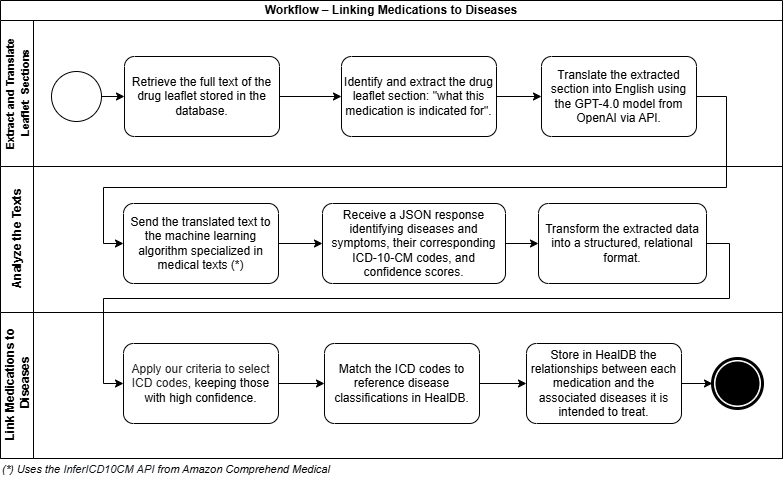
The draw.io diagram doc/Data Flow - Medication X Disease using ACM.png in marciaj-sp1/HealDB, before a commit. Source tidied: cells renumbered, new cells last; positions are measured from the earlier drawing's top-left corner, leaving out a move shared by most shapes.
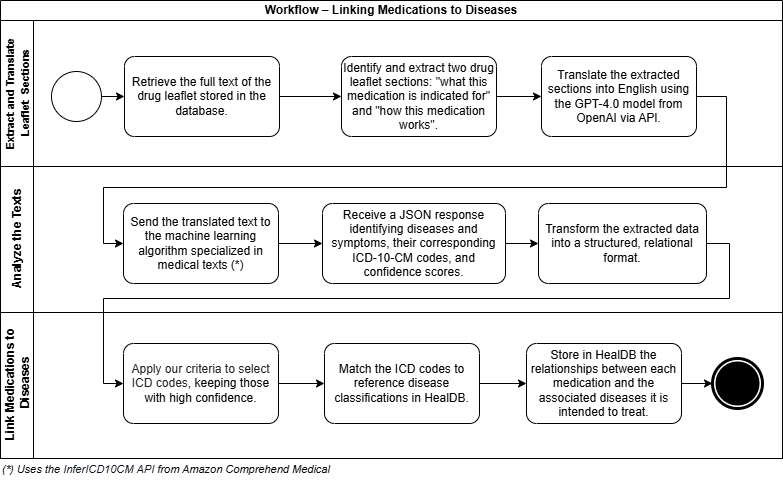
The same file after the commit.

Diff of the diagram source:
```diff
@@ -17,13 +17,13 @@
     <mxCell id="6" value="&lt;font style=&quot;font-size: 12px;&quot;&gt;Retrieve the full text of the drug leaflet stored in the database.&lt;/font&gt;" style="points=[[0.25,0,0],[0.5,0,0],[0.75,0,0],[1,0.25,0],[1,0.5,0],[1,0.75,0],[0.75,1,0],[0.5,1,0],[0.25,1,0],[0,0.75,0],[0,0.5,0],[0,0.25,0]];shape=mxgraph.bpmn.task;whiteSpace=wrap;rectStyle=rounded;size=10;html=1;taskMarker=abstract;" parent="3" vertex="1">
       <mxGeometry x="124" y="36" width="155" height="80" as="geometry" />
     </mxCell>
-    <mxCell id="7" value="&lt;font style=&quot;font-size: 12px;&quot;&gt;Identify and extract the drug leaflet section: &quot;what this medication is indicated for&quot;.&lt;/font&gt;" style="points=[[0.25,0,0],[0.5,0,0],[0.75,0,0],[1,0.25,0],[1,0.5,0],[1,0.75,0],[0.75,1,0],[0.5,1,0],[0.25,1,0],[0,0.75,0],[0,0.5,0],[0,0.25,0]];shape=mxgraph.bpmn.task;whiteSpace=wrap;rectStyle=rounded;size=10;html=1;taskMarker=abstract;" parent="3" vertex="1">
+    <mxCell id="7" value="&lt;font style=&quot;font-size: 12px;&quot;&gt;Identify and extract two drug leaflet sections: &quot;what this medication is indicated for&quot; and &quot;how this medication works&quot;.&lt;/font&gt;" style="points=[[0.25,0,0],[0.5,0,0],[0.75,0,0],[1,0.25,0],[1,0.5,0],[1,0.75,0],[0.75,1,0],[0.5,1,0],[0.25,1,0],[0,0.75,0],[0,0.5,0],[0,0.25,0]];shape=mxgraph.bpmn.task;whiteSpace=wrap;rectStyle=rounded;size=10;html=1;taskMarker=abstract;" parent="3" vertex="1">
       <mxGeometry x="341" y="36" width="155" height="80" as="geometry" />
     </mxCell>
     <mxCell id="8" style="edgeStyle=orthogonalEdgeStyle;rounded=0;jettySize=auto;html=1;entryX=0;entryY=0.5;entryDx=0;entryDy=0;entryPerimeter=0;" parent="3" edge="1" source="6" target="7">
       <mxGeometry relative="1" as="geometry" />
     </mxCell>
-    <mxCell id="9" value="&lt;div&gt;&lt;font style=&quot;font-size: 12px;&quot;&gt;Translate the extracted section into English using the GPT-4.0 model from OpenAI via API.&lt;/font&gt;&lt;/div&gt;" style="points=[[0.25,0,0],[0.5,0,0],[0.75,0,0],[1,0.25,0],[1,0.5,0],[1,0.75,0],[0.75,1,0],[0.5,1,0],[0.25,1,0],[0,0.75,0],[0,0.5,0],[0,0.25,0]];shape=mxgraph.bpmn.task;whiteSpace=wrap;rectStyle=rounded;size=10;html=1;taskMarker=abstract;" parent="3" vertex="1">
+    <mxCell id="9" value="&lt;div&gt;&lt;font style=&quot;font-size: 12px;&quot;&gt;Translate the extracted sections into English using the GPT-4.0 model from OpenAI via API.&lt;/font&gt;&lt;/div&gt;" style="points=[[0.25,0,0],[0.5,0,0],[0.75,0,0],[1,0.25,0],[1,0.5,0],[1,0.75,0],[0.75,1,0],[0.5,1,0],[0.25,1,0],[0,0.75,0],[0,0.5,0],[0,0.25,0]];shape=mxgraph.bpmn.task;whiteSpace=wrap;rectStyle=rounded;size=10;html=1;taskMarker=abstract;" parent="3" vertex="1">
       <mxGeometry x="541" y="36" width="155" height="80" as="geometry" />
     </mxCell>
     <mxCell id="10" style="edgeStyle=orthogonalEdgeStyle;rounded=0;jettySize=auto;html=1;entryX=0;entryY=0.5;entryDx=0;entryDy=0;entryPerimeter=0;" parent="3" edge="1" source="7" target="9">
```
